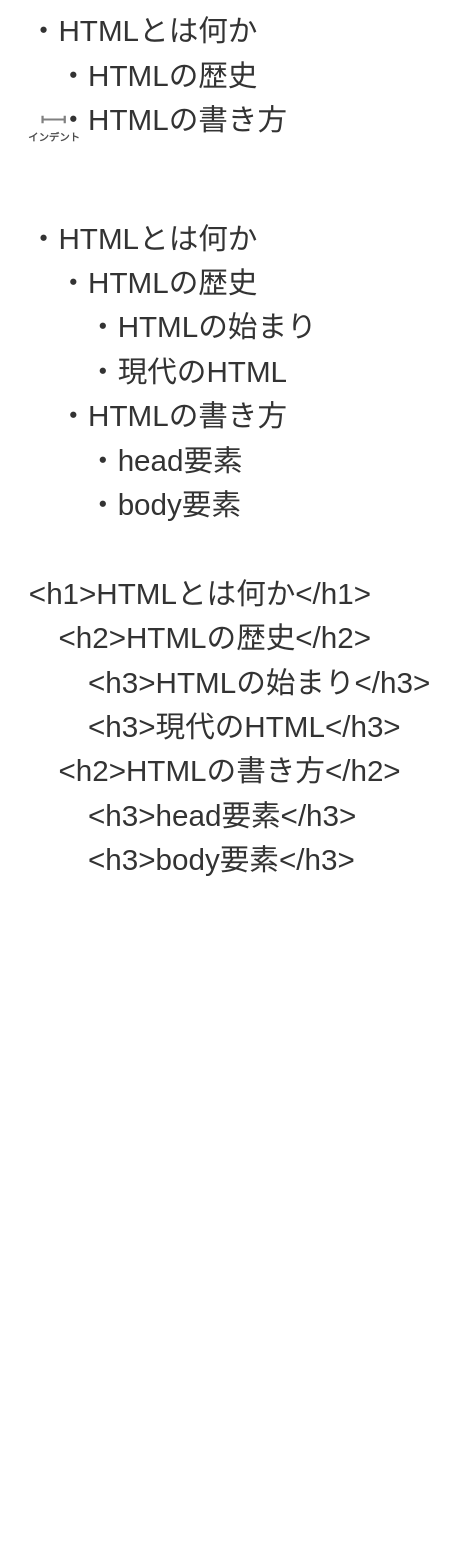
This is content/blog/HelloWeb/05/images/image.drawio from kento-yoshidu/haskell, a draw.io file, before an edit. Source tidied: cells renumbered, new cells numbered last; positions are measured from the earlier drawing's top-left corner, leaving out a move shared by most shapes. Both pictures are drawn from the tidied source at 74%, with x=0, y=0 at pixel (24, 16).
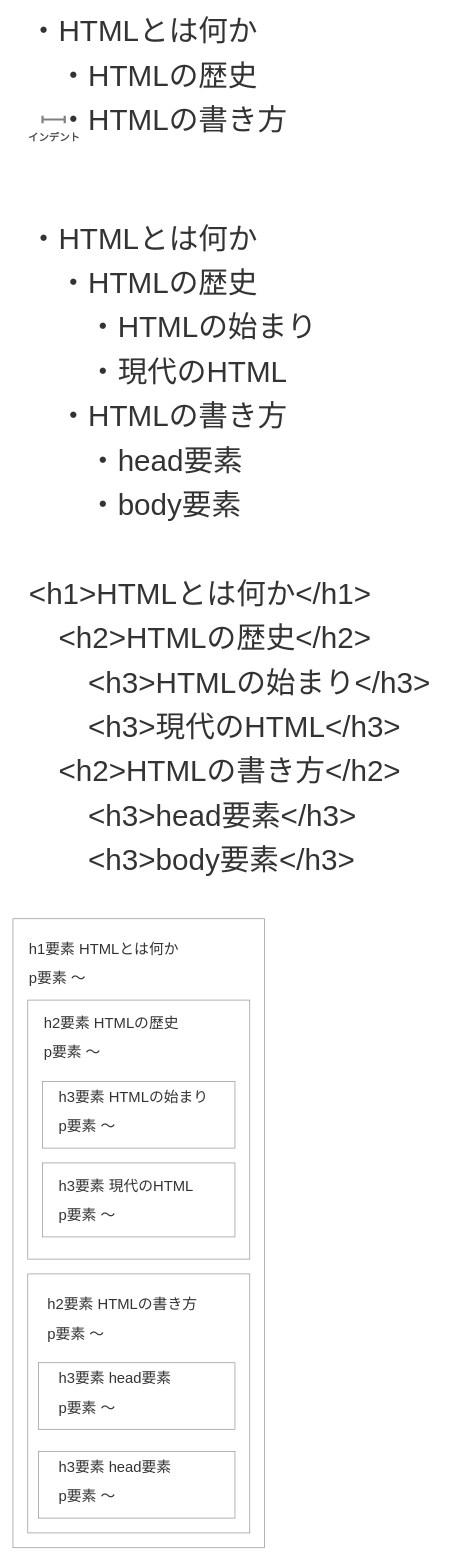
Above is the later version.

What changed in the source:
```diff
@@
+    <mxCell id="21" style="rounded=0;whiteSpace=wrap;html=1;fillColor=none;strokeColor=#999999;" parent="1" vertex="1">
+      <mxGeometry x="-16" y="1220" width="340" height="850" as="geometry" />
+    </mxCell>
+    <mxCell id="22" style="rounded=0;whiteSpace=wrap;html=1;fillColor=none;strokeColor=#999999;" parent="1" vertex="1">
+      <mxGeometry x="4" y="1700" width="300" height="350" as="geometry" />
+    </mxCell>
+    <mxCell id="23" style="rounded=0;whiteSpace=wrap;html=1;fillColor=none;strokeColor=#999999;" parent="1" vertex="1">
+      <mxGeometry x="18.5" y="1940" width="265.5" height="90" as="geometry" />
+    </mxCell>
+    <mxCell id="24" style="rounded=0;whiteSpace=wrap;html=1;fillColor=none;strokeColor=#999999;" parent="1" vertex="1">
+      <mxGeometry x="4" y="1330" width="300" height="350" as="geometry" />
+    </mxCell>
+    <mxCell id="25" style="rounded=0;whiteSpace=wrap;html=1;fillColor=none;strokeColor=#999999;" parent="1" vertex="1">
+      <mxGeometry x="24" y="1550" width="260" height="100" as="geometry" />
+    </mxCell>
+    <mxCell id="26" style="rounded=0;whiteSpace=wrap;html=1;fillColor=none;strokeColor=#999999;" parent="1" vertex="1">
+      <mxGeometry x="24" y="1440" width="260" height="90" as="geometry" />
+    </mxCell>
+    <mxCell id="27" style="rounded=0;whiteSpace=wrap;html=1;fillColor=none;strokeColor=#999999;" parent="1" vertex="1">
+      <mxGeometry x="18.5" y="1820" width="265.5" height="90" as="geometry" />
+    </mxCell>
@@
+    <mxCell id="28" value="h1要素 HTMLとは何か" style="text;html=1;strokeColor=none;fillColor=none;align=left;verticalAlign=middle;whiteSpace=wrap;rounded=0;fontSize=20;fontColor=#333333;" parent="1" vertex="1">
+      <mxGeometry x="4" y="1240" width="210" height="40" as="geometry" />
+    </mxCell>
+    <mxCell id="29" value="h2要素 HTMLの歴史" style="text;html=1;strokeColor=none;fillColor=none;align=left;verticalAlign=middle;whiteSpace=wrap;rounded=0;fontSize=20;fontColor=#333333;" parent="1" vertex="1">
+      <mxGeometry x="24" y="1340" width="200" height="40" as="geometry" />
+    </mxCell>
+    <mxCell id="30" value="h2要素 HTMLの書き方" style="text;html=1;strokeColor=none;fillColor=none;align=left;verticalAlign=middle;whiteSpace=wrap;rounded=0;fontSize=20;fontColor=#333333;" parent="1" vertex="1">
+      <mxGeometry x="29" y="1720" width="225" height="40" as="geometry" />
+    </mxCell>
+    <mxCell id="31" value="h3要素 HTMLの始まり" style="text;html=1;strokeColor=none;fillColor=none;align=left;verticalAlign=middle;whiteSpace=wrap;rounded=0;fontSize=20;fontColor=#333333;" parent="1" vertex="1">
+      <mxGeometry x="44" y="1440" width="210" height="40" as="geometry" />
+    </mxCell>
+    <mxCell id="32" value="h3要素 現代のHTML" style="text;html=1;strokeColor=none;fillColor=none;align=left;verticalAlign=middle;whiteSpace=wrap;rounded=0;fontSize=20;fontColor=#333333;" parent="1" vertex="1">
+      <mxGeometry x="44" y="1560" width="210" height="40" as="geometry" />
+    </mxCell>
+    <mxCell id="33" value="h3要素 head要素" style="text;html=1;strokeColor=none;fillColor=none;align=left;verticalAlign=middle;whiteSpace=wrap;rounded=0;fontSize=20;fontColor=#333333;" parent="1" vertex="1">
+      <mxGeometry x="44" y="1820" width="170" height="40" as="geometry" />
+    </mxCell>
+    <mxCell id="34" value="p要素 ～" style="text;html=1;strokeColor=none;fillColor=none;align=left;verticalAlign=middle;whiteSpace=wrap;rounded=0;fontSize=20;fontColor=#333333;" parent="1" vertex="1">
+      <mxGeometry x="4" y="1280" width="90" height="40" as="geometry" />
+    </mxCell>
+    <mxCell id="35" value="p要素 ～" style="text;html=1;strokeColor=none;fillColor=none;align=left;verticalAlign=middle;whiteSpace=wrap;rounded=0;fontSize=20;fontColor=#333333;" parent="1" vertex="1">
+      <mxGeometry x="24" y="1380" width="110" height="40" as="geometry" />
+    </mxCell>
+    <mxCell id="36" value="p要素 ～" style="text;html=1;strokeColor=none;fillColor=none;align=left;verticalAlign=middle;whiteSpace=wrap;rounded=0;fontSize=20;fontColor=#333333;" parent="1" vertex="1">
+      <mxGeometry x="44" y="1480" width="100" height="40" as="geometry" />
+    </mxCell>
+    <mxCell id="37" value="p要素 ～" style="text;html=1;strokeColor=none;fillColor=none;align=left;verticalAlign=middle;whiteSpace=wrap;rounded=0;fontSize=20;fontColor=#333333;" parent="1" vertex="1">
+      <mxGeometry x="44" y="1600" width="90" height="40" as="geometry" />
+    </mxCell>
+    <mxCell id="38" value="p要素 ～" style="text;html=1;strokeColor=none;fillColor=none;align=left;verticalAlign=middle;whiteSpace=wrap;rounded=0;fontSize=20;fontColor=#333333;" parent="1" vertex="1">
+      <mxGeometry x="29" y="1760" width="90" height="40" as="geometry" />
+    </mxCell>
+    <mxCell id="39" value="p要素 ～" style="text;html=1;strokeColor=none;fillColor=none;align=left;verticalAlign=middle;whiteSpace=wrap;rounded=0;fontSize=20;fontColor=#333333;" parent="1" vertex="1">
+      <mxGeometry x="44" y="1860" width="130" height="40" as="geometry" />
+    </mxCell>
+    <mxCell id="40" value="h3要素 head要素" style="text;html=1;strokeColor=none;fillColor=none;align=left;verticalAlign=middle;whiteSpace=wrap;rounded=0;fontSize=20;fontColor=#333333;" parent="1" vertex="1">
+      <mxGeometry x="44" y="1940" width="170" height="40" as="geometry" />
+    </mxCell>
+    <mxCell id="41" value="p要素 ～" style="text;html=1;strokeColor=none;fillColor=none;align=left;verticalAlign=middle;whiteSpace=wrap;rounded=0;fontSize=20;fontColor=#333333;" parent="1" vertex="1">
+      <mxGeometry x="44" y="1980" width="100" height="40" as="geometry" />
+    </mxCell>
```
